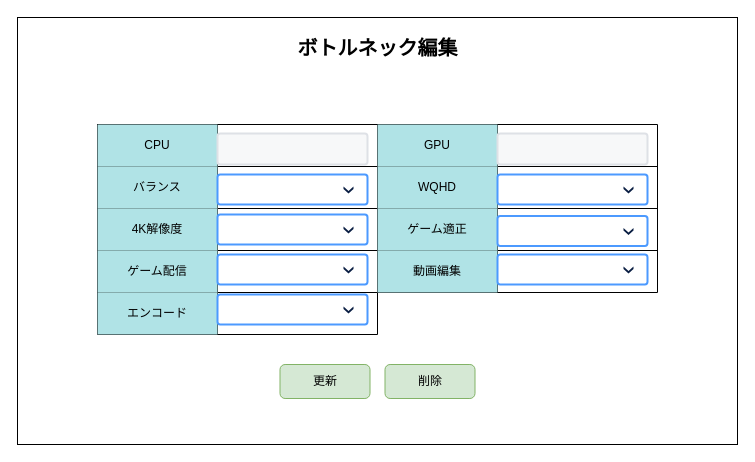
HaruShim/Sotuken keeps this draw.io diagram as page "S06-03ボトルネック編集" (3 of 3) of 各種設計書/6.画面設計書/S06_ボトルネックマスタ.drawio. Above is the earlier version. Source tidied: cells renumbered, new cells numbered last; positions are measured from the earlier drawing's top-left corner, leaving out a move shared by most shapes. Both pictures are drawn from the tidied source at 100%, with x=0, y=0 at pixel (17, 17). Pictures stored in the file or linked from it are replaced by grey dashed boxes.
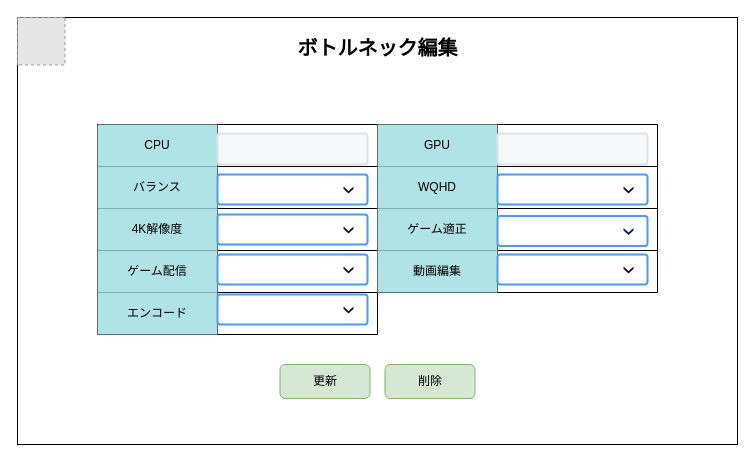
The same diagram, later.

What changed in the source:
```diff
@@
+    <mxCell id="51" style="fillColor=#E6E6E6;strokeColor=#999999;dashed=1;html=1;verticalAlign=top;verticalLabelPosition=bottom;labelBackgroundColor=#ffffff;" parent="1" vertex="1">
+      <mxGeometry width="47.5" height="47.5" as="geometry" />
+    </mxCell>
```
